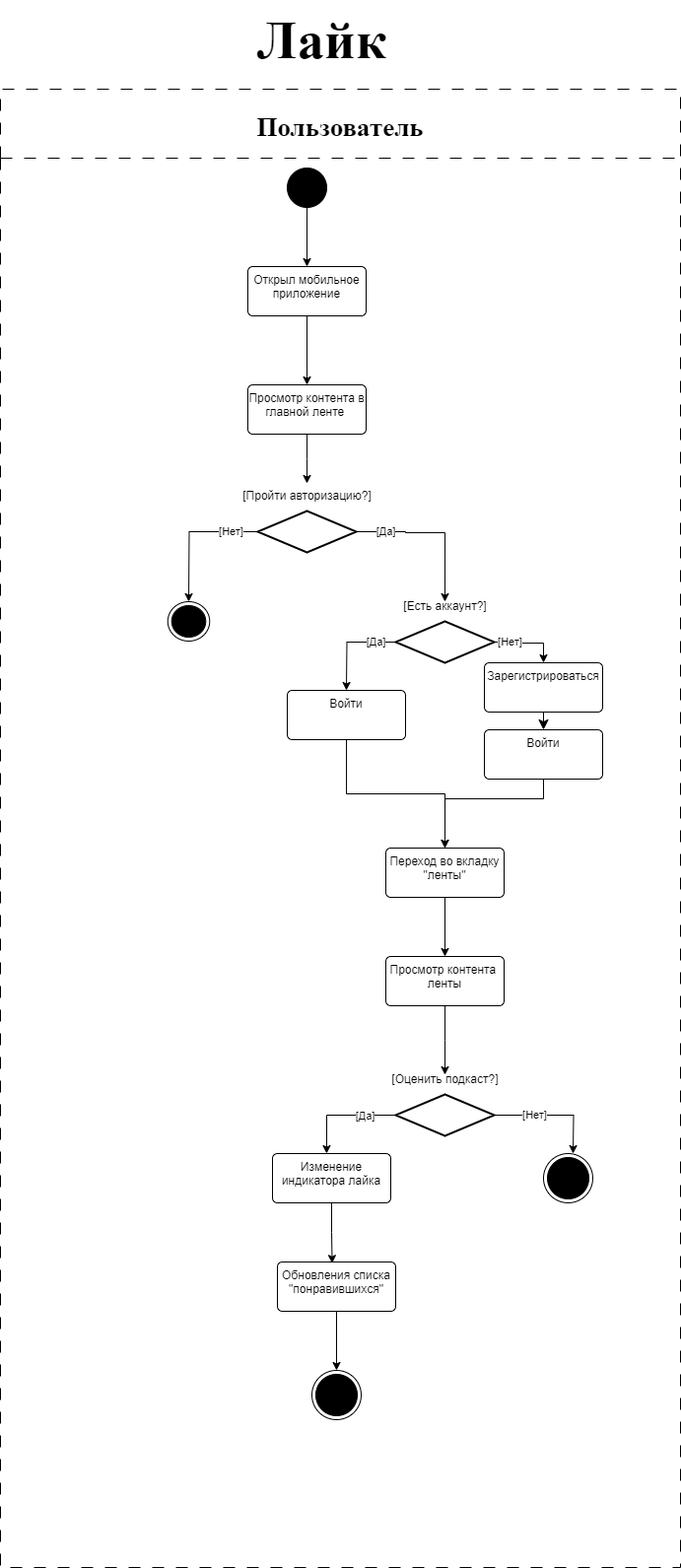
Earlier version of the draw.io export diagrams/activity-like.png (SazonovAlexander/9.1-TikTalk). Source tidied: cells renumbered, new cells last; positions are measured from the earlier drawing's top-left corner, leaving out a move shared by most shapes.
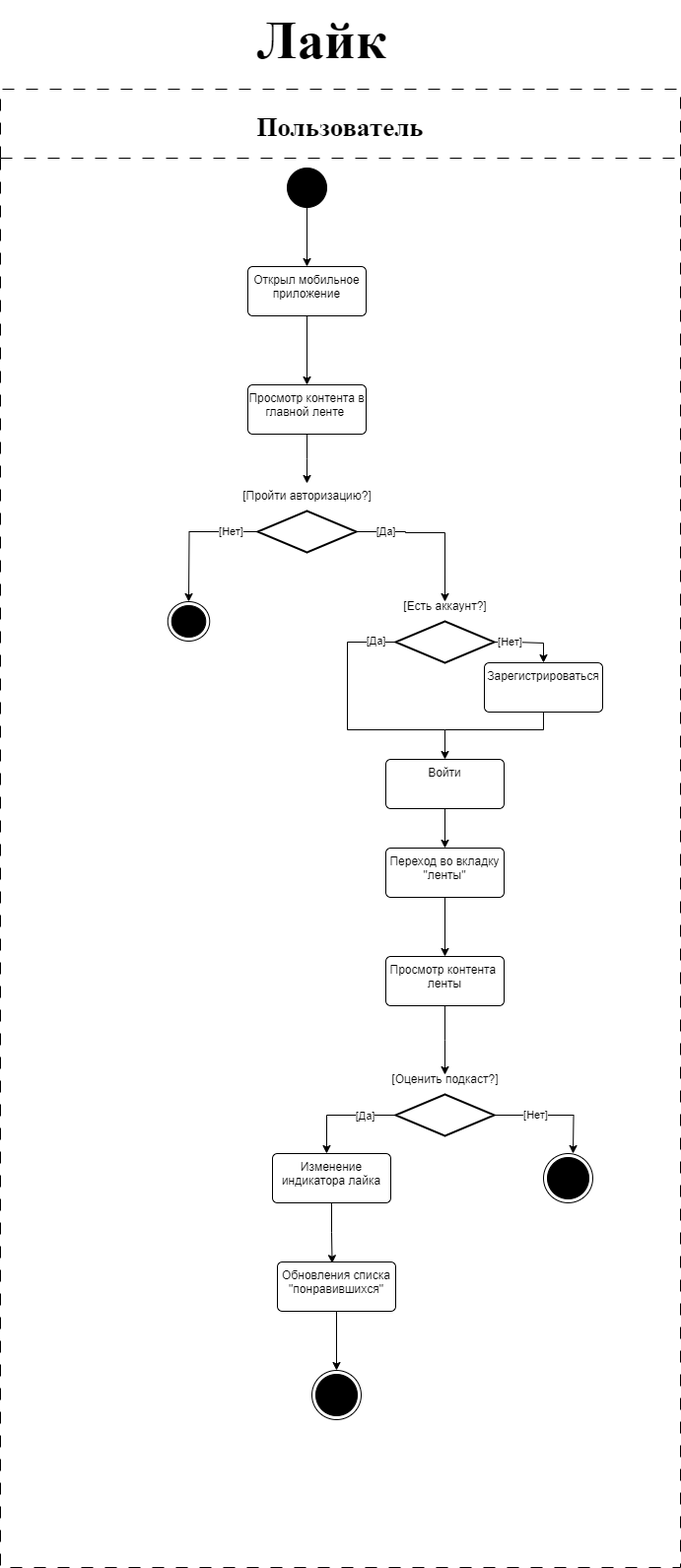
The same file after the commit.

Change to the diagram source:
```diff
@@ -51,13 +51,19 @@
     <mxCell id="13" style="strokeWidth=2;html=1;shape=mxgraph.flowchart.decision;whiteSpace=wrap;" parent="1" vertex="1">
       <mxGeometry x="261" y="518" width="100" height="42" as="geometry" />
     </mxCell>
-    <mxCell id="14" style="edgeStyle=orthogonalEdgeStyle;rounded=0;jettySize=auto;html=1;" parent="1" edge="1" source="18">
+    <mxCell id="14" style="edgeStyle=orthogonalEdgeStyle;rounded=0;jettySize=auto;html=1;entryX=0.5;entryY=0;entryDx=0;entryDy=0;" parent="1" edge="1" source="18" target="42">
       <mxGeometry relative="1" as="geometry">
-        <mxPoint x="351" y="700" as="targetPoint" />
+        <Array as="points">
+          <mxPoint x="352" y="651" />
+          <mxPoint x="352" y="740" />
+          <mxPoint x="451" y="740" />
+        </Array>
       </mxGeometry>
     </mxCell>
     <mxCell id="15" value="[Да]" style="edgeLabel;html=1;align=center;verticalAlign=middle;" parent="14" vertex="1">
-      <mxGeometry x="-0.58" relative="1" as="geometry" />
+      <mxGeometry x="-0.58" relative="1" as="geometry">
+        <mxPoint x="29" y="-8" as="offset" />
+      </mxGeometry>
     </mxCell>
     <mxCell id="16" style="edgeStyle=orthogonalEdgeStyle;rounded=0;jettySize=auto;html=1;entryX=0.5;entryY=0;entryDx=0;entryDy=0;" parent="1" edge="1" source="18" target="41">
       <mxGeometry relative="1" as="geometry">
@@ -79,20 +85,6 @@
     <mxCell id="19" value="[Есть аккаунт?]" style="text;html=1;align=center;verticalAlign=middle;strokeColor=none;fillColor=none;" parent="1" vertex="1">
       <mxGeometry x="396" y="600" width="110" height="30" as="geometry" />
     </mxCell>
-    <mxCell id="20" style="edgeStyle=orthogonalEdgeStyle;rounded=0;jettySize=auto;html=1;entryX=0.5;entryY=0;entryDx=0;entryDy=0;" parent="1" edge="1" source="21" target="24">
-      <mxGeometry relative="1" as="geometry" />
-    </mxCell>
-    <mxCell id="21" value="Войти" style="whiteSpace=wrap;html=1;verticalAlign=top;rounded=1;arcSize=10;dashed=0;" parent="1" vertex="1">
-      <mxGeometry x="291" y="700" width="120" height="50" as="geometry" />
-    </mxCell>
-    <mxCell id="22" style="edgeStyle=orthogonalEdgeStyle;rounded=0;jettySize=auto;html=1;entryX=0.5;entryY=0;entryDx=0;entryDy=0;exitX=0.5;exitY=1;exitDx=0;exitDy=0;" parent="1" edge="1" source="42" target="24">
-      <mxGeometry relative="1" as="geometry">
-        <Array as="points">
-          <mxPoint x="551" y="810" />
-          <mxPoint x="451" y="810" />
-        </Array>
-      </mxGeometry>
-    </mxCell>
     <mxCell id="23" style="edgeStyle=orthogonalEdgeStyle;rounded=0;jettySize=auto;html=1;entryX=0.5;entryY=0;entryDx=0;entryDy=0;" parent="1" edge="1" source="24" target="26">
       <mxGeometry relative="1" as="geometry" />
     </mxCell>
@@ -150,14 +142,19 @@
     <mxCell id="39" style="ellipse;html=1;shape=endState;fillColor=strokeColor;" parent="32" vertex="1">
       <mxGeometry x="551" y="1080" width="50" height="50" as="geometry" />
     </mxCell>
-    <mxCell id="40" style="edgeStyle=none;curved=1;rounded=0;jettySize=auto;html=1;entryX=0.5;entryY=0;entryDx=0;entryDy=0;fontSize=12;startSize=8;endSize=8;" parent="32" edge="1" source="41" target="42">
-      <mxGeometry relative="1" as="geometry" />
-    </mxCell>
+    <mxCell id="45" style="edgeStyle=orthogonalEdgeStyle;rounded=0;jettySize=auto;html=1;endArrow=none;endFill=0;" parent="32" edge="1" source="41">
+      <mxGeometry relative="1" as="geometry">
+        <mxPoint x="451" y="650" as="targetPoint" />
+        <Array as="points">
+          <mxPoint x="551" y="650" />
+        </Array>
+      </mxGeometry>
+    </mxCell>
     <mxCell id="41" value="Зарегистрироваться" style="whiteSpace=wrap;html=1;verticalAlign=top;rounded=1;arcSize=10;dashed=0;" parent="32" vertex="1">
       <mxGeometry x="491" y="582" width="120" height="50" as="geometry" />
     </mxCell>
     <mxCell id="42" value="Войти" style="whiteSpace=wrap;html=1;verticalAlign=top;rounded=1;arcSize=10;dashed=0;" parent="32" vertex="1">
-      <mxGeometry x="491" y="650" width="120" height="50" as="geometry" />
+      <mxGeometry x="391" y="680" width="120" height="50" as="geometry" />
     </mxCell>
     <mxCell id="43" value="Лайк" style="text;html=1;align=center;verticalAlign=middle;strokeColor=none;fillColor=none;fontFamily=Times New Roman;fontSize=55;fontStyle=1;" parent="1" vertex="1">
       <mxGeometry x="256" width="140" height="80" as="geometry" />
@@ -165,5 +162,8 @@
     <mxCell id="44" style="edgeStyle=orthogonalEdgeStyle;rounded=0;jettySize=auto;html=1;entryX=0.463;entryY=0.026;entryDx=0;entryDy=0;entryPerimeter=0;" parent="1" edge="1" source="31" target="35">
       <mxGeometry relative="1" as="geometry" />
     </mxCell>
+    <mxCell id="22" style="edgeStyle=orthogonalEdgeStyle;rounded=0;jettySize=auto;html=1;entryX=0.5;entryY=0;entryDx=0;entryDy=0;" parent="1" edge="1" source="42" target="24">
+      <mxGeometry relative="1" as="geometry" />
+    </mxCell>
   </root>
 </mxGraphModel>
```
